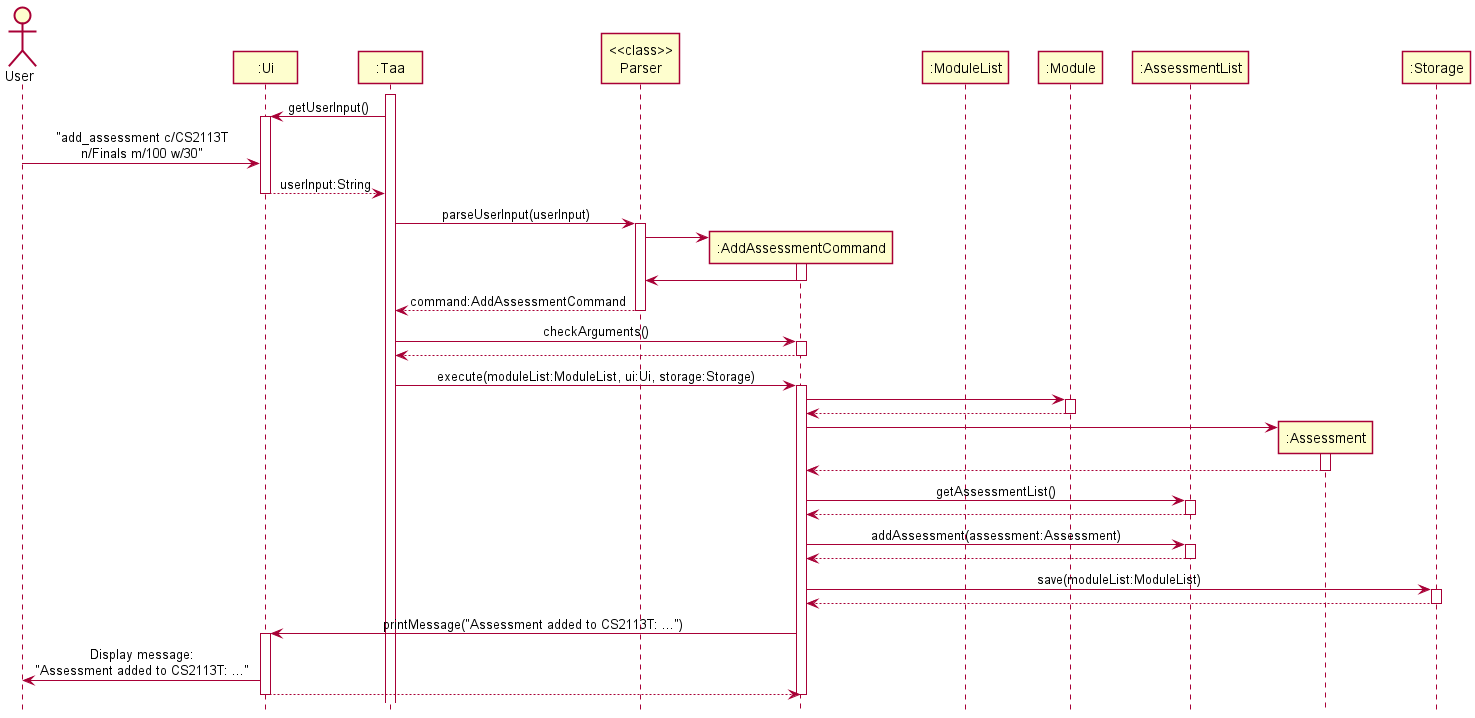
Above: docs/diagrams/sequence/AddAssessmentSequenceDiagram.png in nus-cs2113-AY2122S1/tp (PlantUML), before the change. The source it was exported from:
```plantuml
@startuml
!include style.puml

Actor User as user
Participant ":Ui" as ui
Participant ":Taa" as taa
Participant "<<class>>\nParser" as parser
Participant ":AddAssessmentCommand" as addAssessmentCommand
Participant ":ModuleList" as moduleList
Participant ":Module" as module
Participant ":AssessmentList" as assessmentList
Participant ":Assessment" as assessment
Participant ":Storage" as storage

activate taa

taa -> ui : getUserInput()
activate ui

user -> ui : "add_assessment c/CS2113T\nn/Finals m/100 w/30"
ui --> taa : userInput:String
deactivate ui

taa -> parser : parseUserInput(userInput)
activate parser

create addAssessmentCommand
parser -> addAssessmentCommand
activate addAssessmentCommand
addAssessmentCommand -> parser
deactivate addAssessmentCommand

parser --> taa : command:AddAssessmentCommand
deactivate parser

taa -> addAssessmentCommand : checkArguments()
activate addAssessmentCommand

addAssessmentCommand --> taa
deactivate addAssessmentCommand

taa -> addAssessmentCommand : execute(moduleList:ModuleList, ui:Ui, storage:Storage)
activate addAssessmentCommand

addAssessmentCommand -> module
activate module
module --> addAssessmentCommand
deactivate module

create assessment
addAssessmentCommand -> assessment
activate assessment
assessment --> addAssessmentCommand
deactivate assessment

addAssessmentCommand -> assessmentList : getAssessmentList()
activate assessmentList
assessmentList --> addAssessmentCommand
deactivate assessmentList

addAssessmentCommand -> assessmentList : addAssessment(assessment:Assessment)
activate assessmentList
assessmentList --> addAssessmentCommand
deactivate assessmentList

addAssessmentCommand -> storage : save(moduleList:ModuleList)
activate storage
storage --> addAssessmentCommand
deactivate storage

addAssessmentCommand -> ui : printMessage("Assessment added to CS2113T: ...")
activate ui
ui -> user : Display message:\n"Assessment added to CS2113T: ..."
ui --> addAssessmentCommand
deactivate ui

deactivate addAssessmentCommand

@enduml
```
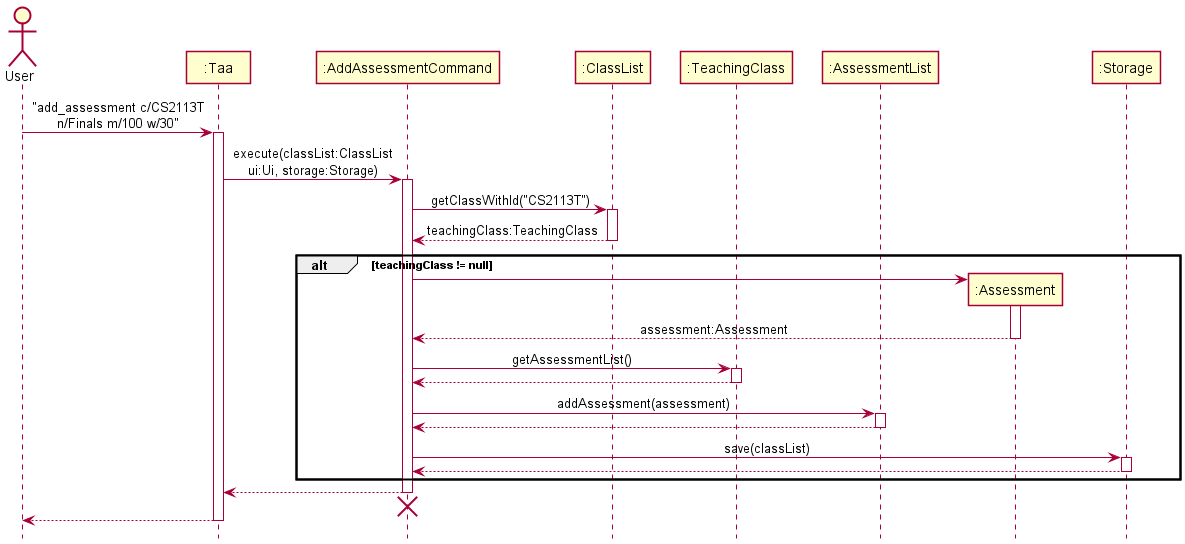
The same diagram one commit later.

The edit, as a diff of the source:
```diff
@@ -1,79 +1,55 @@
 @startuml
-!include style.puml
+!include SequenceStyle.puml
 
 Actor User as user
-Participant ":Ui" as ui
 Participant ":Taa" as taa
-Participant "<<class>>\nParser" as parser
 Participant ":AddAssessmentCommand" as addAssessmentCommand
-Participant ":ModuleList" as moduleList
-Participant ":Module" as module
+Participant ":ClassList" as classList
+Participant ":TeachingClass" as teachingClass
 Participant ":AssessmentList" as assessmentList
 Participant ":Assessment" as assessment
 Participant ":Storage" as storage
 
+user -> taa : "add_assessment c/CS2113T\nn/Finals m/100 w/30"
 activate taa
 
-taa -> ui : getUserInput()
-activate ui
-
-user -> ui : "add_assessment c/CS2113T\nn/Finals m/100 w/30"
-ui --> taa : userInput:String
-deactivate ui
-
-taa -> parser : parseUserInput(userInput)
-activate parser
-
-create addAssessmentCommand
-parser -> addAssessmentCommand
-activate addAssessmentCommand
-addAssessmentCommand -> parser
-deactivate addAssessmentCommand
-
-parser --> taa : command:AddAssessmentCommand
-deactivate parser
-
-taa -> addAssessmentCommand : checkArguments()
+taa -> addAssessmentCommand : execute(classList:ClassList\nui:Ui, storage:Storage)
 activate addAssessmentCommand
 
-addAssessmentCommand --> taa
-deactivate addAssessmentCommand
+addAssessmentCommand -> classList : getClassWithId("CS2113T")
+activate classList
+classList --> addAssessmentCommand : teachingClass:TeachingClass
+deactivate classList
 
-taa -> addAssessmentCommand : execute(moduleList:ModuleList, ui:Ui, storage:Storage)
-activate addAssessmentCommand
-
-addAssessmentCommand -> module
-activate module
-module --> addAssessmentCommand
-deactivate module
-
+alt teachingClass != null
 create assessment
 addAssessmentCommand -> assessment
 activate assessment
-assessment --> addAssessmentCommand
+assessment --> addAssessmentCommand : assessment:Assessment
 deactivate assessment
 
-addAssessmentCommand -> assessmentList : getAssessmentList()
+addAssessmentCommand -> teachingClass : getAssessmentList()
+activate teachingClass
+teachingClass --> addAssessmentCommand
+deactivate teachingClass
+
+addAssessmentCommand -> assessmentList : addAssessment(assessment)
 activate assessmentList
 assessmentList --> addAssessmentCommand
 deactivate assessmentList
 
-addAssessmentCommand -> assessmentList : addAssessment(assessment:Assessment)
-activate assessmentList
-assessmentList --> addAssessmentCommand
-deactivate assessmentList
-
-addAssessmentCommand -> storage : save(moduleList:ModuleList)
+addAssessmentCommand -> storage : save(classList)
 activate storage
 storage --> addAssessmentCommand
 deactivate storage
+end
 
-addAssessmentCommand -> ui : printMessage("Assessment added to CS2113T: ...")
-activate ui
-ui -> user : Display message:\n"Assessment added to CS2113T: ..."
-ui --> addAssessmentCommand
-deactivate ui
+addAssessmentCommand --> taa
+deactivate addAssessmentCommand
+taa -[hidden]-> addAssessmentCommand
+destroy addAssessmentCommand
 
-deactivate addAssessmentCommand
+taa --> user
+deactivate taa
 
 @enduml
```
